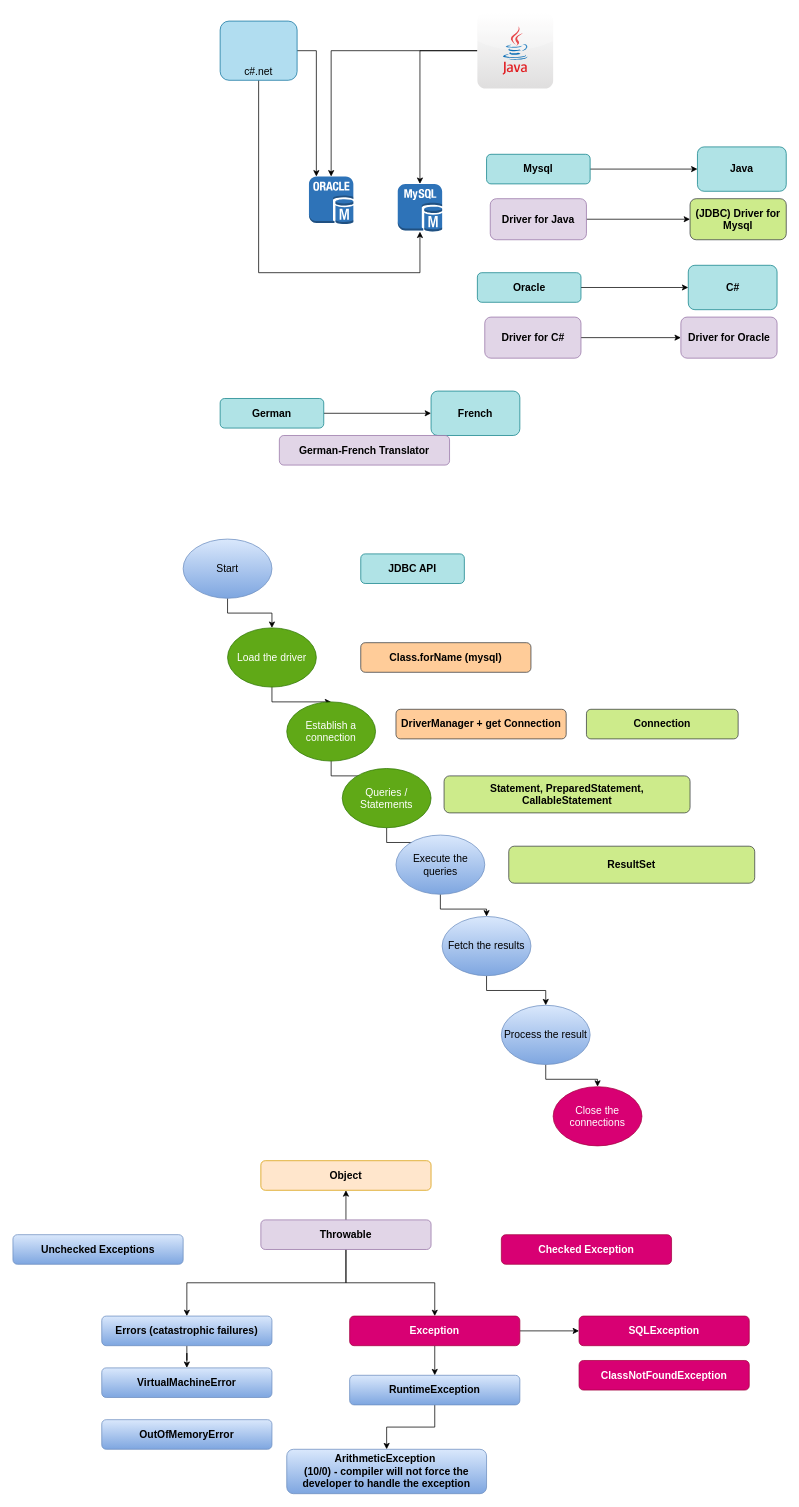
The draw.io diagram page "JDBC" (3 of 3) of day1.drawio in nathub071122/natGIT, before the edit. Source tidied: cells renumbered, new cells numbered last; positions are measured from the earlier drawing's top-left corner, leaving out a move shared by most shapes. Both pictures are drawn from the tidied source at 74%, with x=0, y=0 at pixel (13, 13).
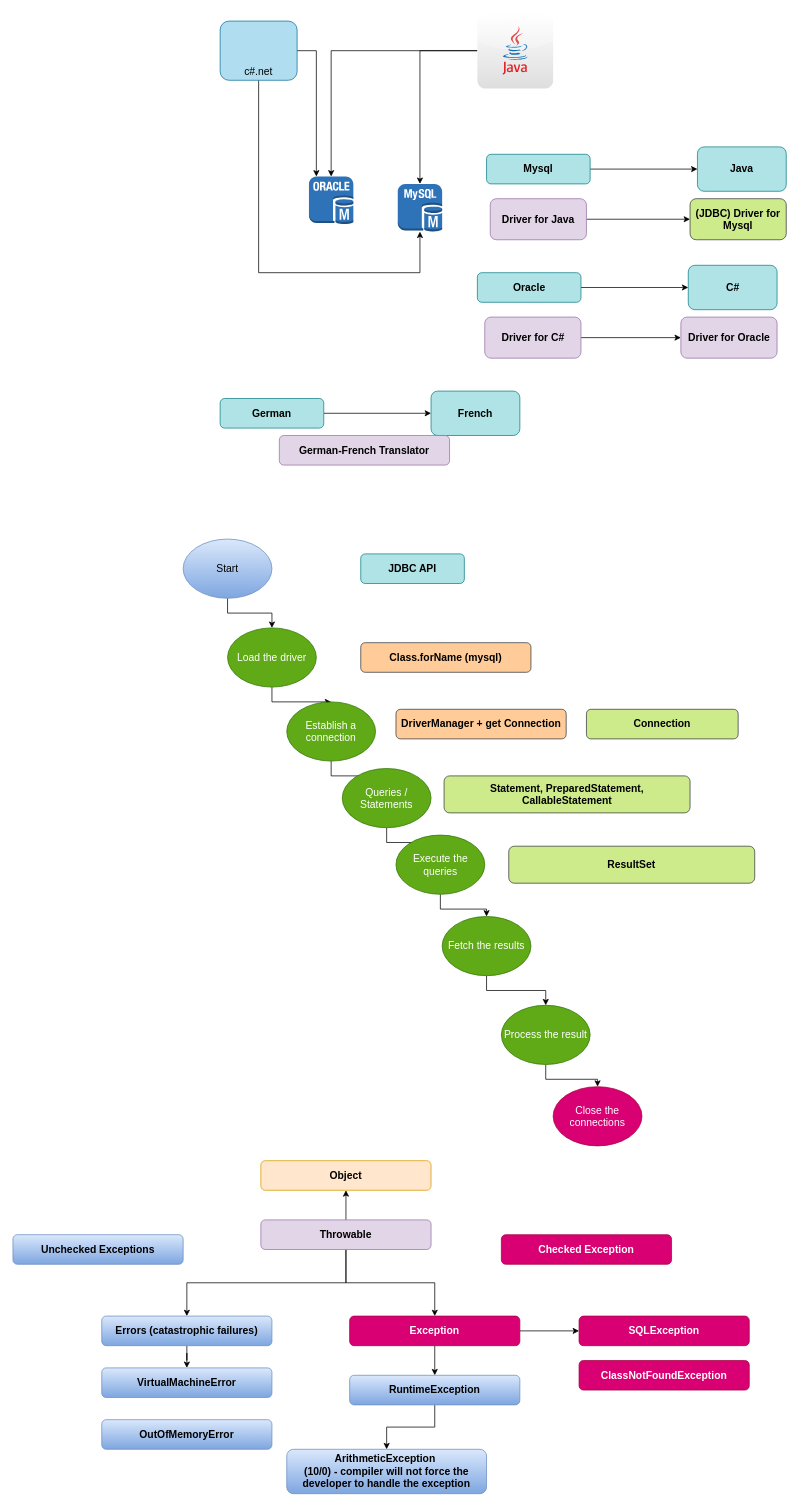
The same page after the edit.

The edit, as a diff of the source:
```diff
@@
-    <mxCell id="35" value="Execute the queries" style="ellipse;whiteSpace=wrap;html=1;fontSize=14;verticalAlign=middle;gradientColor=#7ea6e0;fillColor=#dae8fc;strokeColor=#6c8ebf;" parent="1" vertex="1">
+    <mxCell id="35" value="Execute the queries" style="ellipse;whiteSpace=wrap;html=1;fontSize=14;verticalAlign=middle;fillColor=#60a917;strokeColor=#2D7600;fontColor=#ffffff;" parent="1" vertex="1">
       <mxGeometry x="517.6" y="1111" width="120" height="80" as="geometry" />
     </mxCell>
@@
-    <mxCell id="37" value="Fetch the results" style="ellipse;whiteSpace=wrap;html=1;fontSize=14;verticalAlign=middle;gradientColor=#7ea6e0;fillColor=#dae8fc;strokeColor=#6c8ebf;" parent="1" vertex="1">
+    <mxCell id="37" value="Fetch the results" style="ellipse;whiteSpace=wrap;html=1;fontSize=14;verticalAlign=middle;fillColor=#60a917;strokeColor=#2D7600;fontColor=#ffffff;" parent="1" vertex="1">
       <mxGeometry x="580" y="1221" width="120" height="80" as="geometry" />
     </mxCell>
@@
-    <mxCell id="39" value="Process the result" style="ellipse;whiteSpace=wrap;html=1;fontSize=14;verticalAlign=middle;gradientColor=#7ea6e0;fillColor=#dae8fc;strokeColor=#6c8ebf;" parent="1" vertex="1">
+    <mxCell id="39" value="Process the result" style="ellipse;whiteSpace=wrap;html=1;fontSize=14;verticalAlign=middle;fillColor=#60a917;strokeColor=#2D7600;fontColor=#ffffff;" parent="1" vertex="1">
       <mxGeometry x="660" y="1341" width="120" height="80" as="geometry" />
     </mxCell>
```
